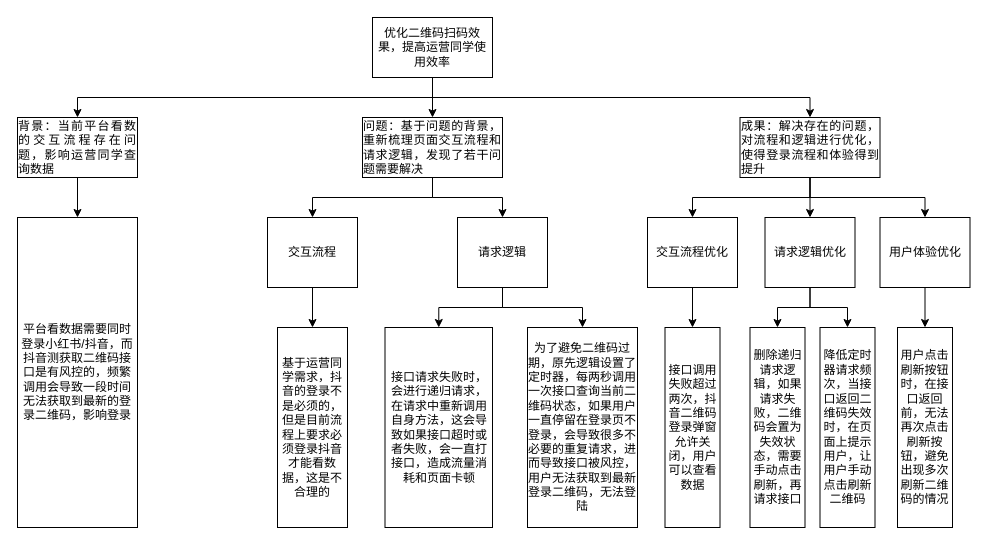
Before: uml/未命名绘图.drawio in curechen/drawio, a draw.io diagram. Source tidied: cells renumbered, new cells numbered last; positions are measured from the earlier drawing's top-left corner, leaving out a move shared by most shapes. Both pictures are drawn from the tidied source at 100%, with x=0, y=0 at pixel (17, 17).
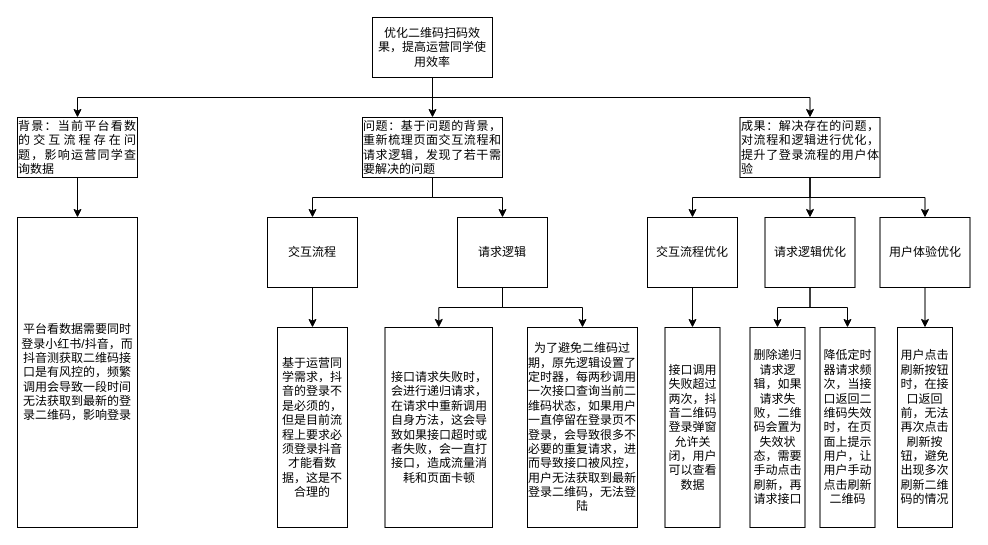
The same page after the edit.

Commit message (it also covers changes not shown here):
更新结构化思考作业.drawio

Change to the diagram source:
```diff
@@
-    <mxCell id="12" value="&lt;div style=&quot;text-align: justify;&quot;&gt;&lt;span style=&quot;background-color: initial;&quot;&gt;成果：解决存在的问题，对流程和逻辑进行优化，使得登录流程和体验得到提升&lt;/span&gt;&lt;/div&gt;" style="rounded=0;whiteSpace=wrap;html=1;verticalAlign=middle;" parent="1" vertex="1">
+    <mxCell id="12" value="&lt;div style=&quot;text-align: justify;&quot;&gt;&lt;span style=&quot;background-color: initial;&quot;&gt;成果：解决存在的问题，对流程和逻辑进行优化，提升了&lt;/span&gt;&lt;span style=&quot;background-color: initial;&quot;&gt;登录流程的用户体验&lt;/span&gt;&lt;/div&gt;" style="rounded=0;whiteSpace=wrap;html=1;verticalAlign=middle;" parent="1" vertex="1">
       <mxGeometry x="722.5" y="100" width="140" height="60" as="geometry" />
     </mxCell>
@@
-    <mxCell id="25" value="&lt;div style=&quot;text-align: justify;&quot;&gt;&lt;span style=&quot;background-color: initial;&quot;&gt;问题：基于问题的背景，重新梳理页面交互流程和请求逻辑，发现了若干问题需要解决&lt;/span&gt;&lt;/div&gt;" style="rounded=0;whiteSpace=wrap;html=1;verticalAlign=middle;" parent="1" vertex="1">
+    <mxCell id="25" value="&lt;div style=&quot;text-align: justify;&quot;&gt;&lt;span style=&quot;background-color: initial;&quot;&gt;问题：基于问题的背景，重新梳理页面交互流程和请求逻辑，发现了若干&lt;/span&gt;&lt;span style=&quot;background-color: initial;&quot;&gt;需要解决的&lt;/span&gt;&lt;span style=&quot;background-color: initial;&quot;&gt;问题&lt;/span&gt;&lt;/div&gt;" style="rounded=0;whiteSpace=wrap;html=1;verticalAlign=middle;" parent="1" vertex="1">
       <mxGeometry x="345" y="100" width="140" height="60" as="geometry" />
     </mxCell>
```
